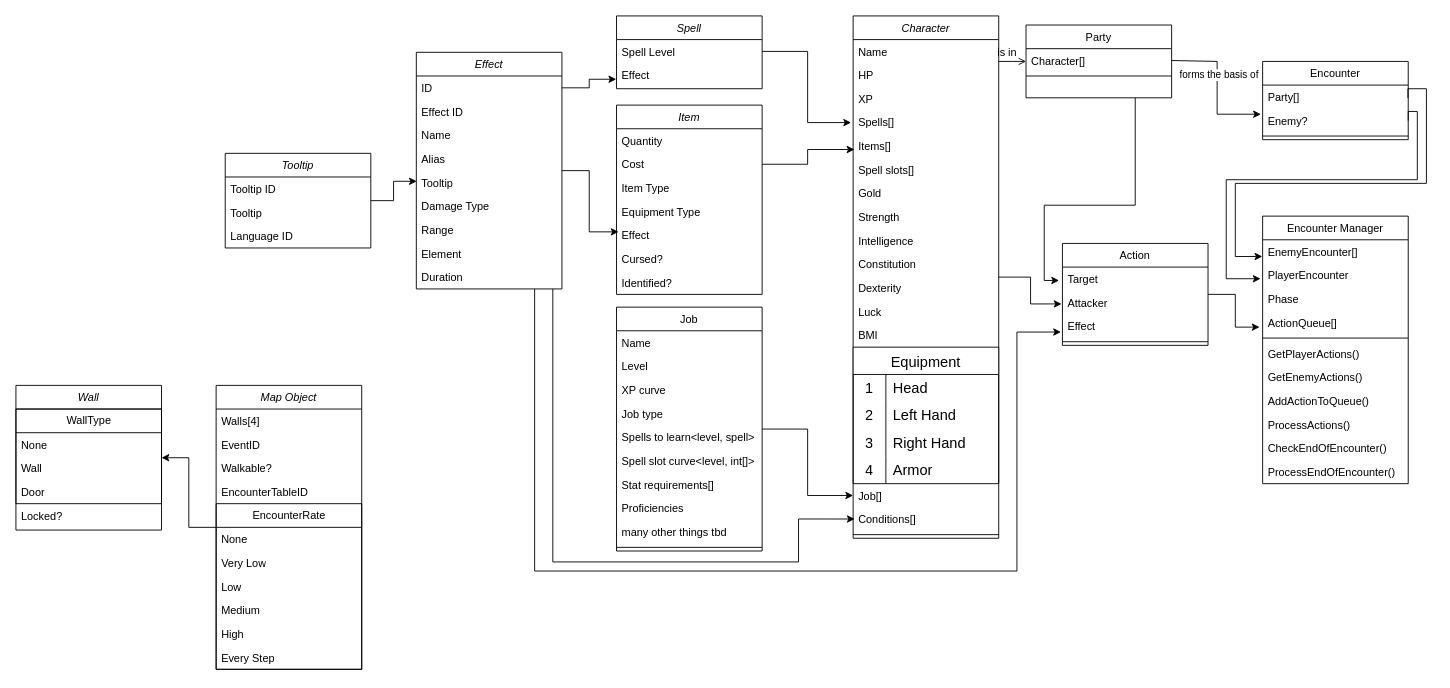
Before: classes.drawio in Schir/rpg-backend, a draw.io diagram. Source tidied: cells renumbered, new cells numbered last; positions are measured from the earlier drawing's top-left corner, leaving out a move shared by most shapes. Both pictures are drawn from the tidied source at 91%, with x=0, y=0 at pixel (15, 15).
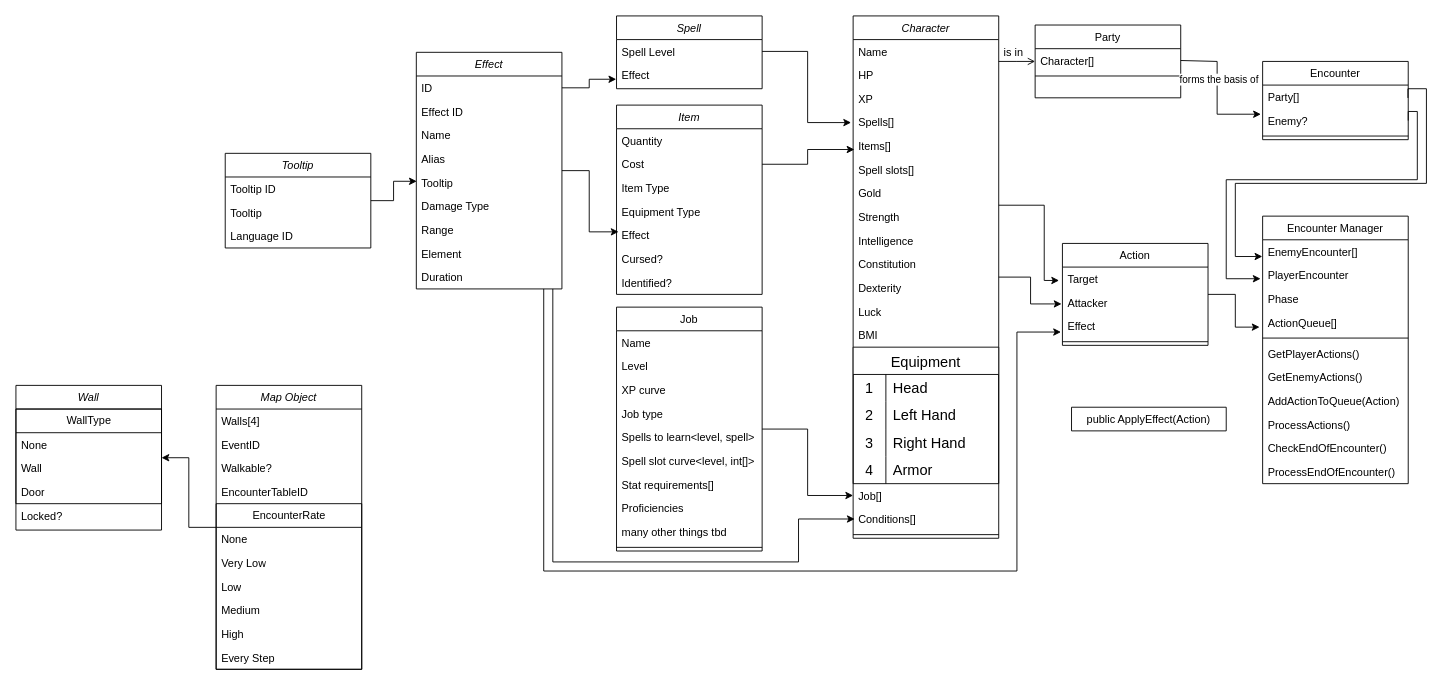
Above is the later version.

The change refers to these unchanged cells:
```xml
<mxCell id="3" value="Character" style="swimlane;fontStyle=2;align=center;verticalAlign=top;horizontal=1;startSize=26;rounded=0;shadow=0;strokeWidth=1;" parent="1" vertex="1">
  <mxGeometry x="920" width="160" height="574" as="geometry" />
</mxCell>
<mxCell id="50" value="Party[]" style="text;align=left;verticalAlign=top;spacingLeft=4;spacingRight=4;overflow=hidden;points=[[0,0.5],[1,0.5]];portConstraint=eastwest;" parent="49" vertex="1">
  <mxGeometry y="26" width="160" height="26" as="geometry" />
</mxCell>
<mxCell id="60" value="Effect" style="swimlane;fontStyle=2;align=center;verticalAlign=top;horizontal=1;startSize=26;rounded=0;shadow=0;strokeWidth=1;" parent="1" vertex="1">
  <mxGeometry x="440" y="40" width="160" height="260" as="geometry" />
</mxCell>
<mxCell id="70" value="Encounter Manager" style="swimlane;fontStyle=0;align=center;verticalAlign=top;horizontal=1;startSize=26;rounded=0;shadow=0;strokeWidth=1;" parent="1" vertex="1">
  <mxGeometry x="1370" y="220" width="160" height="294" as="geometry" />
</mxCell>
<mxCell id="71" value="EnemyEncounter[]" style="text;align=left;verticalAlign=top;spacingLeft=4;spacingRight=4;overflow=hidden;points=[[0,0.5],[1,0.5]];portConstraint=eastwest;" parent="70" vertex="1">
  <mxGeometry y="26" width="160" height="26" as="geometry" />
</mxCell>
<mxCell id="84" value="Target" style="text;align=left;verticalAlign=top;spacingLeft=4;spacingRight=4;overflow=hidden;points=[[0,0.5],[1,0.5]];portConstraint=eastwest;" parent="83" vertex="1">
  <mxGeometry y="26" width="160" height="26" as="geometry" />
</mxCell>
<mxCell id="86" value="Effect" style="text;align=left;verticalAlign=top;spacingLeft=4;spacingRight=4;overflow=hidden;points=[[0,0.5],[1,0.5]];portConstraint=eastwest;" parent="83" vertex="1">
  <mxGeometry y="78" width="160" height="26" as="geometry" />
</mxCell>
```

What changed in the source:
```diff
@@
-    <mxCell id="33" style="edgeStyle=orthogonalEdgeStyle;rounded=0;jettySize=auto;html=1;entryX=-0.023;entryY=0.566;entryDx=0;entryDy=0;entryPerimeter=0;" parent="1" edge="1" source="34" target="84">
+    <mxCell id="33" style="edgeStyle=orthogonalEdgeStyle;rounded=0;jettySize=auto;html=1;entryX=-0.023;entryY=0.566;entryDx=0;entryDy=0;entryPerimeter=0;" parent="1" edge="1" source="3" target="84">
       <mxGeometry relative="1" as="geometry">
         <Array as="points">
-          <mxPoint x="1230" y="208" />
           <mxPoint x="1130" y="208" />
           <mxPoint x="1130" y="291" />
         </Array>
       </mxGeometry>
     </mxCell>
     <mxCell id="34" value="Party" style="swimlane;fontStyle=0;align=center;verticalAlign=top;horizontal=1;startSize=26;rounded=0;shadow=0;strokeWidth=1;" parent="1" vertex="1">
-      <mxGeometry x="1110" y="10" width="160" height="80" as="geometry" />
+      <mxGeometry x="1120" y="10" width="160" height="80" as="geometry" />
     </mxCell>
@@
-    <mxCell id="78" value="AddActionToQueue()" style="text;align=left;verticalAlign=top;spacingLeft=4;spacingRight=4;overflow=hidden;" parent="70" vertex="1">
+    <mxCell id="78" value="AddActionToQueue(Action)" style="text;align=left;verticalAlign=top;spacingLeft=4;spacingRight=4;overflow=hidden;" parent="70" vertex="1">
       <mxGeometry y="190" width="160" height="26" as="geometry" />
     </mxCell>
@@
     <mxCell id="107" style="edgeStyle=orthogonalEdgeStyle;rounded=0;jettySize=auto;html=1;entryX=-0.01;entryY=0.745;entryDx=0;entryDy=0;entryPerimeter=0;" parent="1" edge="1" source="60" target="86">
       <mxGeometry relative="1" as="geometry">
         <Array as="points">
-          <mxPoint x="570" y="610" />
+          <mxPoint x="580" y="610" />
           <mxPoint x="1100" y="610" />
           <mxPoint x="1100" y="347" />
         </Array>
       </mxGeometry>
     </mxCell>
     <mxCell id="108" style="edgeStyle=orthogonalEdgeStyle;rounded=0;jettySize=auto;html=1;entryX=-0.002;entryY=0.706;entryDx=0;entryDy=0;entryPerimeter=0;exitX=0.998;exitY=0.543;exitDx=0;exitDy=0;exitPerimeter=0;" parent="1" edge="1" source="50" target="71">
       <mxGeometry relative="1" as="geometry">
         <Array as="points">
+          <mxPoint x="1530" y="80" />
           <mxPoint x="1550" y="80" />
           <mxPoint x="1550" y="184" />
           <mxPoint x="1340" y="184" />
           <mxPoint x="1340" y="264" />
         </Array>
       </mxGeometry>
     </mxCell>
@@
+    <mxCell id="128" value="public ApplyEffect(Action)" style="swimlane;fontStyle=0;align=center;verticalAlign=top;horizontal=1;startSize=26;rounded=0;shadow=0;strokeWidth=1;" parent="1" vertex="1" collapsed="1">
+      <mxGeometry x="1160" y="430" width="170" height="26" as="geometry" />
+    </mxCell>
```
